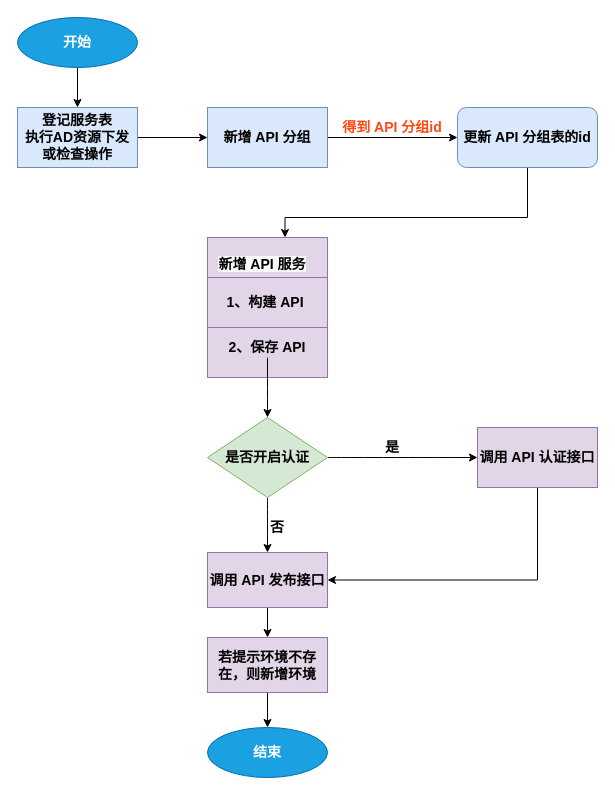
This is page "新增API服务流程" (2 of 6) of 国税总局迭代三设计.drawio from helemile/notes, a draw.io file, before an edit. Source tidied: cells renumbered, new cells numbered last; positions are measured from the earlier drawing's top-left corner, leaving out a move shared by most shapes. Both pictures are drawn from the tidied source at 100%, with x=0, y=0 at pixel (17, 17).
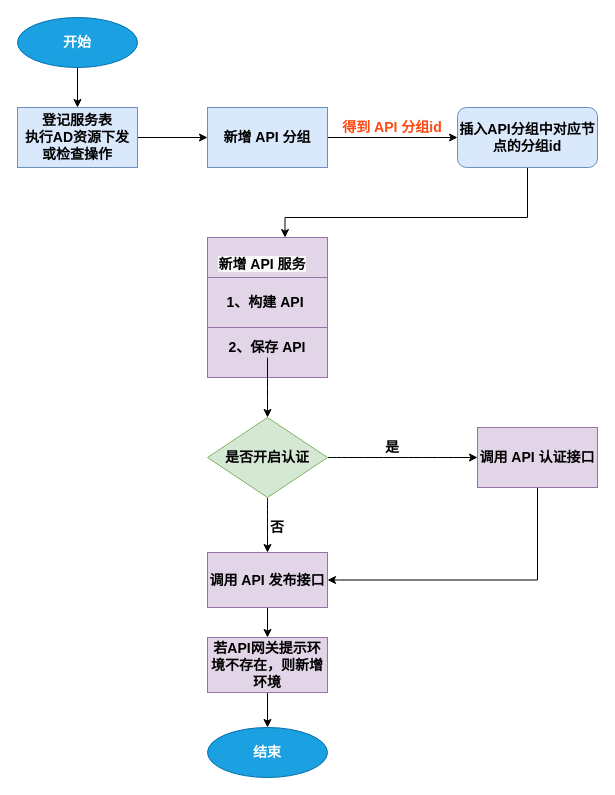
After the change.

The edit, as a diff of the source:
```diff
@@
-    <mxCell id="20" value="更新 API 分组表的id" style="rounded=1;whiteSpace=wrap;html=1;fontSize=14;fontStyle=1;fillColor=#dae8fc;strokeColor=#6c8ebf;" parent="1" vertex="1">
+    <mxCell id="20" value="插入API分组中对应节点的分组id" style="rounded=1;whiteSpace=wrap;html=1;fontSize=14;fontStyle=1;fillColor=#dae8fc;strokeColor=#6c8ebf;" parent="1" vertex="1">
       <mxGeometry x="440" y="90" width="140" height="60" as="geometry" />
     </mxCell>
@@
-    <mxCell id="28" value="若提示环境不存在，则新增环境" style="whiteSpace=wrap;html=1;fontSize=14;fontStyle=1;fillColor=#e1d5e7;strokeColor=#9673a6;" parent="1" vertex="1">
+    <mxCell id="28" value="若API网关提示环境不存在，则新增环境" style="whiteSpace=wrap;html=1;fontSize=14;fontStyle=1;fillColor=#e1d5e7;strokeColor=#9673a6;" parent="1" vertex="1">
       <mxGeometry x="190" y="620" width="120" height="55" as="geometry" />
     </mxCell>
```
